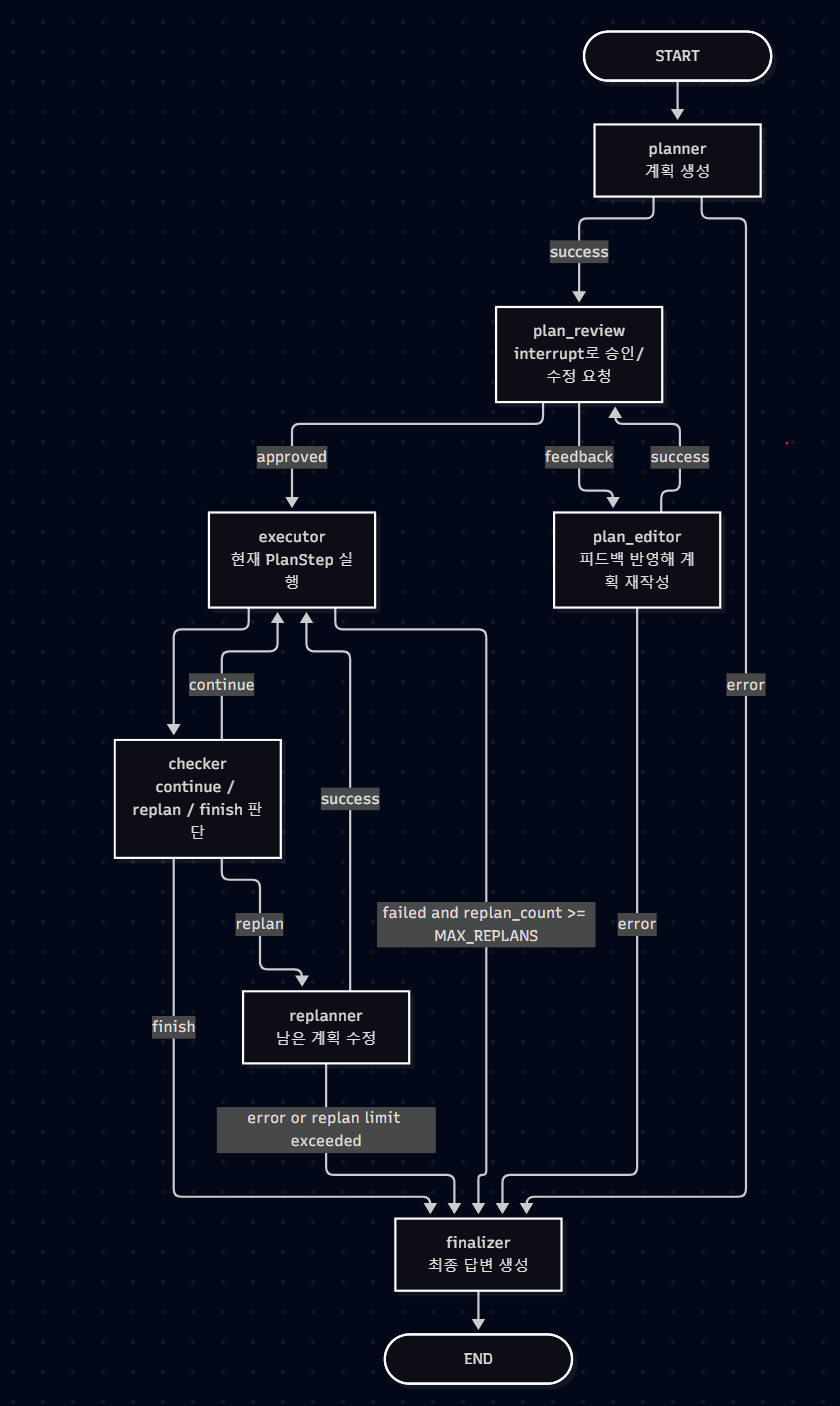
This is move/temove/term_project/images/agent_graph.png from 2024125072/agent-ref, a Mermaid export, as it was before one commit. Its source is kept beside it as move/temove/term_project/images/agent_graph.mmd.
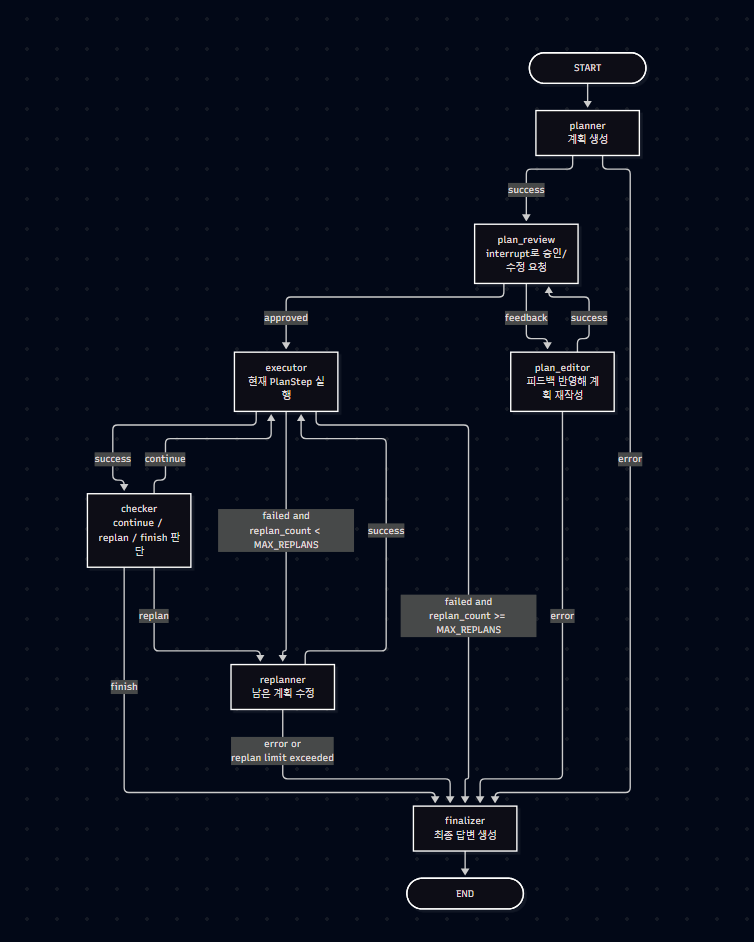
The same file after the commit.

The edit, as a diff of the source:
```diff
@@ -1,21 +1,23 @@
 flowchart TD
-    START([START]) --> planner[planner\n계획 생성]
-    planner -->|success| plan_review[plan_review\ninterrupt로 승인/수정 요청]
-    planner -->|error| finalizer[finalizer\n최종 답변 생성]
+    START([START]) --> planner[planner<br/>계획 생성]
+    planner -->|success| plan_review[plan_review<br/>interrupt로 승인/수정 요청]
+    planner -->|error| finalizer[finalizer<br/>최종 답변 생성]
 
-    plan_review -->|approved| executor[executor\n현재 PlanStep 실행]
-    plan_review -->|feedback| plan_editor[plan_editor\n피드백 반영해 계획 재작성]
+    plan_review -->|approved| executor[executor<br/>현재 PlanStep 실행]
+    plan_review -->|feedback| plan_editor[plan_editor<br/>피드백 반영해 계획 재작성]
+
     plan_editor -->|success| plan_review
     plan_editor -->|error| finalizer
 
-    executor --> checker[checker\ncontinue / replan / finish 판단]
-    executor -->|failed and replan_count >= MAX_REPLANS| finalizer
+    executor -->|success| checker[checker<br/>continue / replan / finish 판단]
+    executor -->|failed and<br/>replan_count < MAX_REPLANS| replanner[replanner<br/>남은 계획 수정]
+    executor -->|failed and<br/>replan_count >= MAX_REPLANS| finalizer
 
     checker -->|continue| executor
-    checker -->|replan| replanner[replanner\n남은 계획 수정]
+    checker -->|replan| replanner
     checker -->|finish| finalizer
 
     replanner -->|success| executor
-    replanner -->|error or replan limit exceeded| finalizer
+    replanner -->|error or<br/>replan limit exceeded| finalizer
 
     finalizer --> END([END])
```
